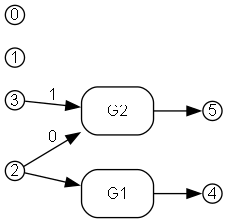
Before: crates/bhyp/images/test_copy_subst_commute/path2_substitution_result_span_middle.png, a diagram exported from Graphviz (ammatsui/bhypvis). Its source is kept beside it as crates/bhyp/images/test_copy_subst_commute/path2_substitution_result_span_middle.dot. The source it was exported from:
```dot
digraph path2_substitution_result_span_middle {
  fontname="Helvetica"
  fontsize=12
  rankdir=LR;
  node [fontname="Helvetica", fontsize=12];
  edge [fontname="Helvetica", fontsize=12];

  n3 [label="3", shape=circle, style=filled, fillcolor=white, color="black", width=0.2, height=0.2, fixedsize=true];
  n4 [label="4", shape=circle, style=filled, fillcolor=white, color="black", width=0.2, height=0.2, fixedsize=true];
  n1 [label="1", shape=circle, style=filled, fillcolor=white, color="black", width=0.2, height=0.2, fixedsize=true];
  n5 [label="5", shape=circle, style=filled, fillcolor=white, color="black", width=0.2, height=0.2, fixedsize=true];
  n0 [label="0", shape=circle, style=filled, fillcolor=white, color="black", width=0.2, height=0.2, fixedsize=true];
  n2 [label="2", shape=circle, style=filled, fillcolor=white, color="black", width=0.2, height=0.2, fixedsize=true];

  e0 [label="G2", shape=box, style=rounded, color="black"];
  e1 [label="G1", shape=box, style=rounded, color="black"];

  n2 -> e0 [label="0"];
  n3 -> e0 [label="1"];
  n2 -> e1 [label=""];

  e0 -> n5 [label=""];
  e1 -> n4 [label=""];
}
```
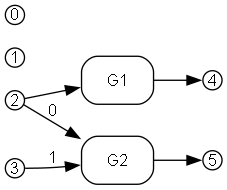
The same diagram one commit later.

The edit, as a diff of the source:
```diff
@@ -5,20 +5,20 @@
   node [fontname="Helvetica", fontsize=12];
   edge [fontname="Helvetica", fontsize=12];
 
+  n2 [label="2", shape=circle, style=filled, fillcolor=white, color="black", width=0.2, height=0.2, fixedsize=true];
+  n1 [label="1", shape=circle, style=filled, fillcolor=white, color="black", width=0.2, height=0.2, fixedsize=true];
   n3 [label="3", shape=circle, style=filled, fillcolor=white, color="black", width=0.2, height=0.2, fixedsize=true];
+  n0 [label="0", shape=circle, style=filled, fillcolor=white, color="black", width=0.2, height=0.2, fixedsize=true];
   n4 [label="4", shape=circle, style=filled, fillcolor=white, color="black", width=0.2, height=0.2, fixedsize=true];
-  n1 [label="1", shape=circle, style=filled, fillcolor=white, color="black", width=0.2, height=0.2, fixedsize=true];
   n5 [label="5", shape=circle, style=filled, fillcolor=white, color="black", width=0.2, height=0.2, fixedsize=true];
-  n0 [label="0", shape=circle, style=filled, fillcolor=white, color="black", width=0.2, height=0.2, fixedsize=true];
-  n2 [label="2", shape=circle, style=filled, fillcolor=white, color="black", width=0.2, height=0.2, fixedsize=true];
 
+  e1 [label="G1", shape=box, style=rounded, color="black"];
   e0 [label="G2", shape=box, style=rounded, color="black"];
-  e1 [label="G1", shape=box, style=rounded, color="black"];
 
+  n2 -> e1 [label=""];
   n2 -> e0 [label="0"];
   n3 -> e0 [label="1"];
-  n2 -> e1 [label=""];
 
+  e1 -> n4 [label=""];
   e0 -> n5 [label=""];
-  e1 -> n4 [label=""];
 }
```
